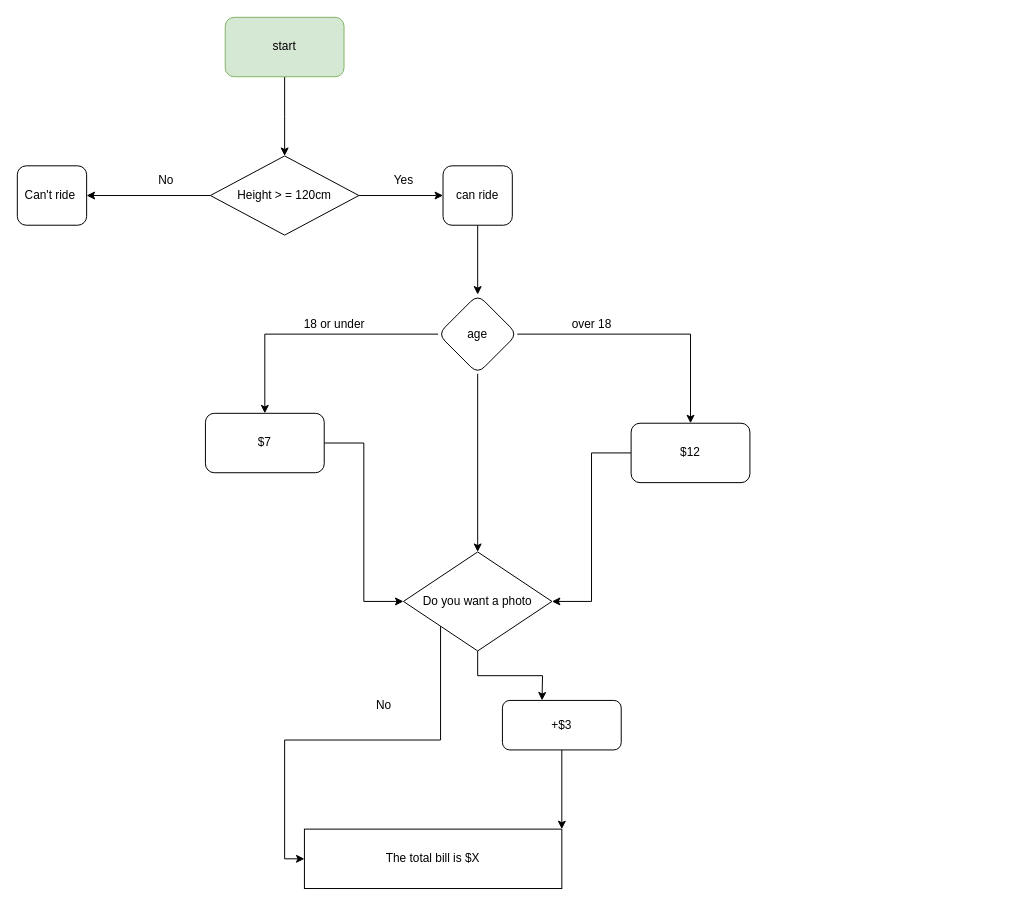
The draw.io diagram exercises_and_notes/day3/exercise1/rollercoaster3.drawio in zo-88/python_learning, before the edit. Source tidied: cells renumbered, new cells numbered last; positions are measured from the earlier drawing's top-left corner, leaving out a move shared by most shapes. Both pictures are drawn from the tidied source at 99%, with x=0, y=0 at pixel (17, 17).
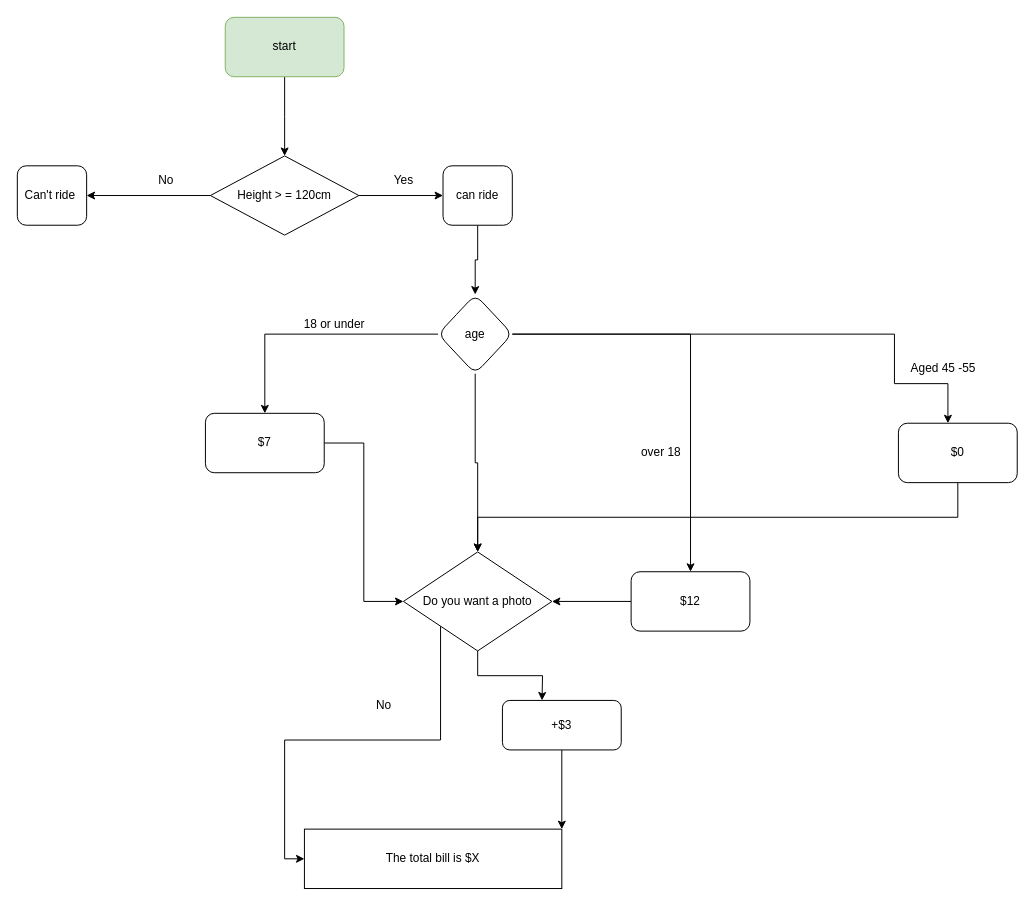
The same page after the edit.

Unchanged cells that the change refers to:
```xml
<mxCell id="24" value="Do you want a photo" style="rhombus;whiteSpace=wrap;html=1;" parent="1" vertex="1">
  <mxGeometry x="390" y="540" width="150" height="100" as="geometry" />
</mxCell>
```

What changed in the source:
```diff
@@
+    <mxCell id="14" style="edgeStyle=orthogonalEdgeStyle;rounded=0;jettySize=auto;html=1;exitX=0.5;exitY=1;exitDx=0;exitDy=0;" parent="1" edge="1" source="15" target="24">
+      <mxGeometry relative="1" as="geometry" />
+    </mxCell>
+    <mxCell id="29" style="edgeStyle=orthogonalEdgeStyle;rounded=0;jettySize=auto;html=1;" parent="1" edge="1" source="15" target="31">
+      <mxGeometry relative="1" as="geometry">
+        <Array as="points">
+          <mxPoint x="886" y="320" />
+          <mxPoint x="886" y="370" />
+          <mxPoint x="940" y="370" />
+        </Array>
+      </mxGeometry>
+    </mxCell>
-    <mxCell id="13" style="edgeStyle=orthogonalEdgeStyle;rounded=0;jettySize=auto;html=1;" parent="1" edge="1" source="15" target="19">
+    <mxCell id="13" style="edgeStyle=orthogonalEdgeStyle;rounded=0;jettySize=auto;html=1;entryX=0.5;entryY=0;entryDx=0;entryDy=0;" parent="1" edge="1" source="15" target="19">
       <mxGeometry relative="1" as="geometry" />
     </mxCell>
-    <mxCell id="14" style="edgeStyle=orthogonalEdgeStyle;rounded=0;jettySize=auto;html=1;exitX=0.5;exitY=1;exitDx=0;exitDy=0;" parent="1" edge="1" source="15" target="24">
-      <mxGeometry relative="1" as="geometry" />
-    </mxCell>
     <mxCell id="15" value="age" style="rhombus;whiteSpace=wrap;html=1;rounded=1;" parent="1" vertex="1">
-      <mxGeometry x="425" y="280" width="80" height="80" as="geometry" />
+      <mxGeometry x="425" y="280" width="75" height="80" as="geometry" />
     </mxCell>
@@
     <mxCell id="19" value="$12" style="whiteSpace=wrap;html=1;rounded=1;" parent="1" vertex="1">
-      <mxGeometry x="620" y="410" width="120" height="60" as="geometry" />
+      <mxGeometry x="620" y="560" width="120" height="60" as="geometry" />
     </mxCell>
@@
-    <mxCell id="21" value="over 18" style="text;html=1;align=center;verticalAlign=middle;strokeColor=none;fillColor=none;" parent="1" vertex="1">
-      <mxGeometry x="550" y="295" width="60" height="30" as="geometry" />
-    </mxCell>
@@
+    <mxCell id="30" style="edgeStyle=orthogonalEdgeStyle;rounded=0;jettySize=auto;html=1;exitX=0.5;exitY=1;exitDx=0;exitDy=0;" parent="1" edge="1" source="31" target="24">
+      <mxGeometry relative="1" as="geometry" />
+    </mxCell>
+    <mxCell id="31" value="$0" style="rounded=1;whiteSpace=wrap;html=1;" parent="1" vertex="1">
+      <mxGeometry x="890" y="410" width="120" height="60" as="geometry" />
+    </mxCell>
+    <mxCell id="32" value="Aged 45 -55" style="text;html=1;align=center;verticalAlign=middle;strokeColor=none;fillColor=none;" parent="1" vertex="1">
+      <mxGeometry x="890" y="340" width="90" height="30" as="geometry" />
+    </mxCell>
+    <mxCell id="21" value="over 18" style="text;html=1;align=center;verticalAlign=middle;strokeColor=none;fillColor=none;" parent="1" vertex="1">
+      <mxGeometry x="620" y="425" width="60" height="30" as="geometry" />
+    </mxCell>
```
